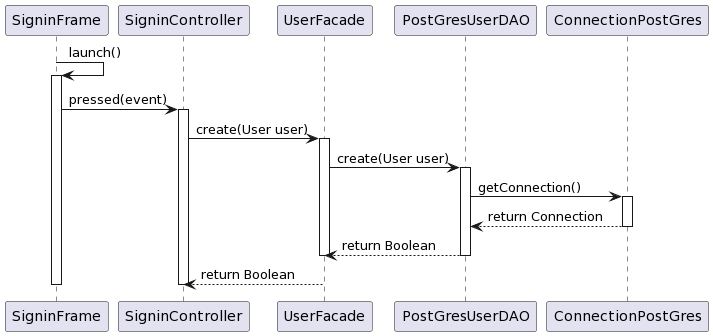
Before: diagrammes/User/sequence-signin.png, a diagram exported from PlantUML (thmsfnr/Simplify). Its source is kept beside it as diagrammes/User/sequence-signin.plantuml.
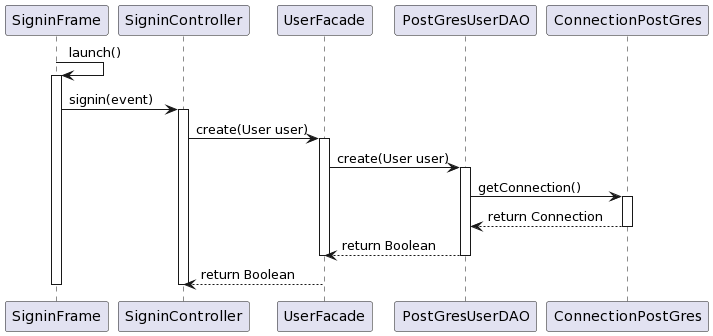
The same file after the commit.

Diff of the diagram source:
```diff
@@ -3,7 +3,7 @@
 SigninFrame -> SigninFrame : launch()
 activate SigninFrame
 
-SigninFrame -> SigninController: pressed(event)
+SigninFrame -> SigninController: signin(event)
 activate SigninController
 
 SigninController -> UserFacade: create(User user)
```
